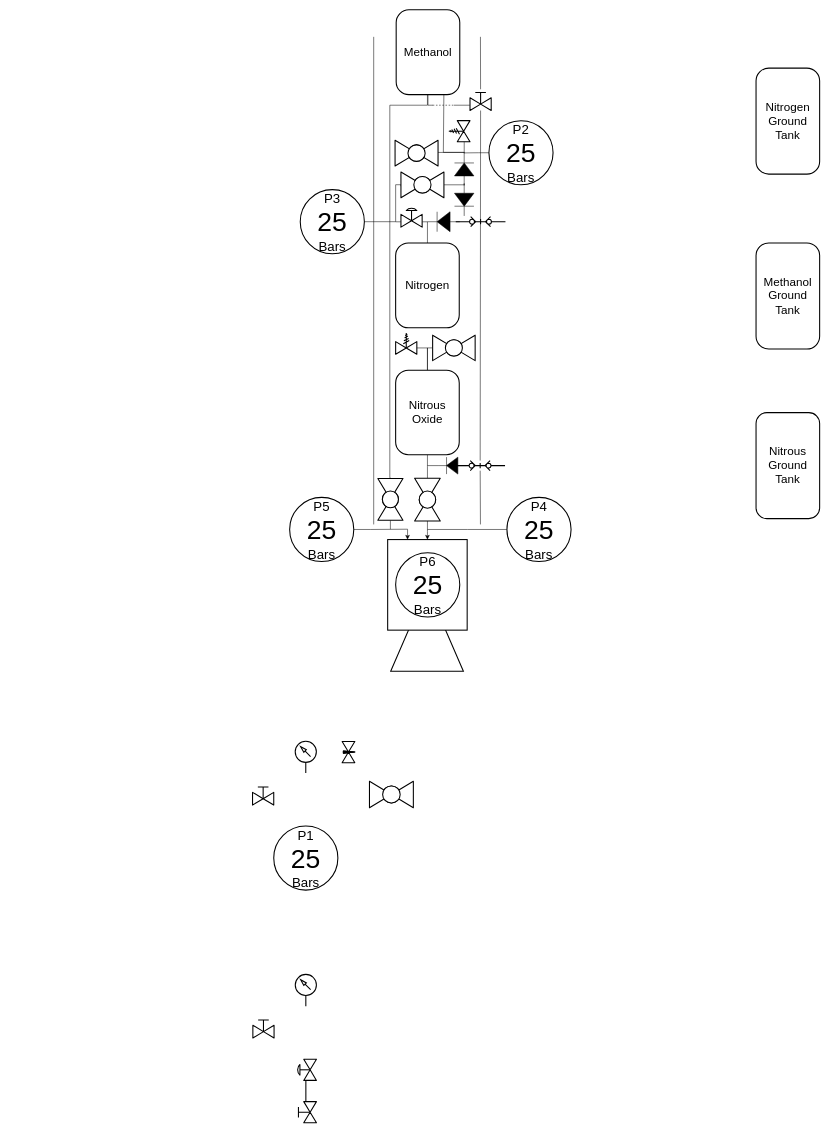
The draw.io diagram page "Page-3" (3 of 3) of CombinedPID.drawio in icl-rocketry/Propulsion-PIDs, before the edit. Source tidied: cells renumbered, new cells numbered last; positions are measured from the earlier drawing's top-left corner, leaving out a move shared by most shapes. Both pictures are drawn from the tidied source at 53%, with x=0, y=0 at pixel (252, 10).
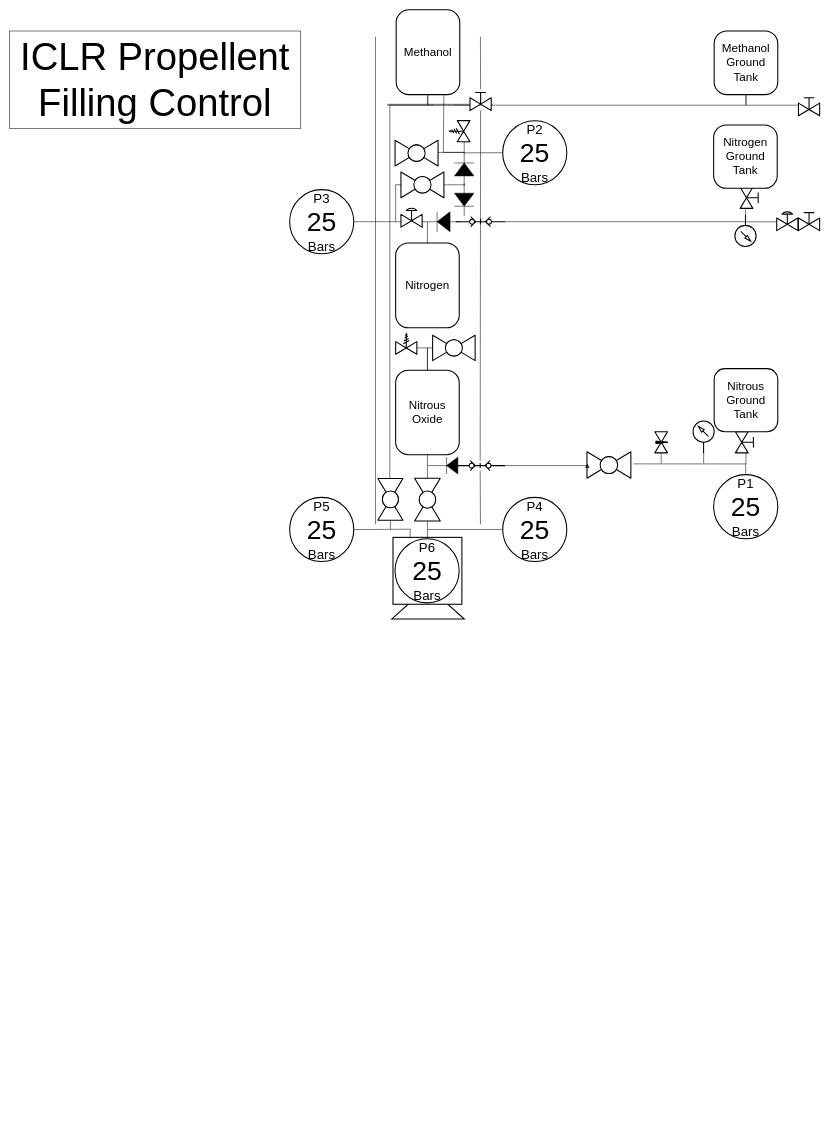
The same diagram, later.

The change refers to these unchanged cells:
```xml
<mxCell id="10" style="verticalLabelPosition=bottom;html=1;verticalAlign=top;align=center;outlineConnect=0;shape=mxgraph.fluid_power.x11740;points=[[0.5,0,0],[0.5,1,0]];rotation=-90;strokeWidth=2;" parent="1" vertex="1">
  <mxGeometry x="420.8" y="352.9" width="19" height="93.8" as="geometry" />
</mxCell>
<mxCell id="16" style="verticalLabelPosition=bottom;align=center;html=1;verticalAlign=top;dashed=0;shape=mxgraph.pid2valves.valve;valveType=ball;rotation=90;strokeWidth=2;" parent="1" vertex="1">
  <mxGeometry x="289.7" y="900" width="80.6" height="48.4" as="geometry" />
</mxCell>
<mxCell id="48" value="P5&lt;br style=&quot;font-size: 25px;&quot;&gt;&lt;font style=&quot;font-size: 50px;&quot;&gt;25&lt;/font&gt;&lt;br style=&quot;font-size: 25px;&quot;&gt;Bars" style="ellipse;whiteSpace=wrap;html=1;rotation=0;strokeWidth=2;fontSize=25;" parent="1" vertex="1">
  <mxGeometry x="70" y="920" width="121" height="121" as="geometry" />
</mxCell>
<mxCell id="53" style="verticalLabelPosition=bottom;html=1;verticalAlign=top;align=center;outlineConnect=0;shape=mxgraph.fluid_power.x11740;points=[[0.5,0,0],[0.5,1,0]];rotation=-90;strokeWidth=2;" parent="1" vertex="1">
  <mxGeometry x="420" y="813.1" width="19" height="93.8" as="geometry" />
</mxCell>
<mxCell id="60" style="verticalLabelPosition=bottom;align=center;html=1;verticalAlign=top;dashed=0;shape=mxgraph.pid2valves.valve;valveType=gate;actuator=man;rotation=0;strokeWidth=2;" parent="1" vertex="1">
  <mxGeometry x="410.3" y="150" width="40" height="40" as="geometry" />
</mxCell>
```

Diff of the diagram source:
```diff
@@
     <mxCell id="2" style="endArrow=none;html=1;rounded=0;" parent="1" edge="1">
       <mxGeometry relative="1" as="geometry">
-        <mxPoint x="228.6" y="971" as="sourcePoint" />
-        <mxPoint x="228.6" y="51" as="targetPoint" />
+        <mxPoint x="232" y="971" as="sourcePoint" />
+        <mxPoint x="232" y="51" as="targetPoint" />
       </mxGeometry>
     </mxCell>
@@
-    <mxCell id="4" style="verticalLabelPosition=bottom;html=1;verticalAlign=top;align=center;shape=mxgraph.fluid_power.x11820;rotation=0;strokeWidth=2;" parent="1" vertex="1">
-      <mxGeometry x="80.6" y="1820" width="39.9" height="60" as="geometry" />
-    </mxCell>
+    <mxCell id="64" style="edgeStyle=orthogonalEdgeStyle;rounded=0;jettySize=auto;html=1;entryX=-0.06;entryY=0.545;entryDx=0;entryDy=0;entryPerimeter=0;endArrow=none;endFill=0;" parent="1" edge="1" source="5" target="13">
+      <mxGeometry relative="1" as="geometry">
+        <Array as="points">
+          <mxPoint x="931" y="856" />
+          <mxPoint x="719" y="856" />
+        </Array>
+      </mxGeometry>
+    </mxCell>
-    <mxCell id="5" style="verticalLabelPosition=bottom;align=center;html=1;verticalAlign=top;dashed=0;shape=mxgraph.pid2valves.valve;valveType=gate;actuator=man;rotation=0;strokeWidth=2;" parent="1" vertex="1">
-      <mxGeometry y="1460.5" width="40" height="40" as="geometry" />
+    <mxCell id="5" style="verticalLabelPosition=bottom;align=center;html=1;verticalAlign=top;dashed=0;shape=mxgraph.pid2valves.valve;valveType=gate;actuator=man;rotation=90;strokeWidth=2;" parent="1" vertex="1">
+      <mxGeometry x="911" y="796" width="40" height="40" as="geometry" />
     </mxCell>
+    <mxCell id="65" style="edgeStyle=orthogonalEdgeStyle;rounded=0;jettySize=auto;html=1;entryX=0.5;entryY=1;entryDx=0;entryDy=0;entryPerimeter=0;endArrow=none;endFill=0;exitX=1.011;exitY=0.744;exitDx=0;exitDy=0;exitPerimeter=0;" parent="1" edge="1" source="6" target="10">
+      <mxGeometry relative="1" as="geometry">
+        <Array as="points">
+          <mxPoint x="930" y="400" />
+        </Array>
+      </mxGeometry>
+    </mxCell>
-    <mxCell id="6" style="verticalLabelPosition=bottom;align=center;html=1;verticalAlign=top;dashed=0;shape=mxgraph.pid2valves.valve;valveType=gate;actuator=man;rotation=0;strokeWidth=2;" parent="1" vertex="1">
-      <mxGeometry x="0.6" y="1900" width="40" height="40" as="geometry" />
+    <mxCell id="6" style="verticalLabelPosition=bottom;align=center;html=1;verticalAlign=top;dashed=0;shape=mxgraph.pid2valves.valve;valveType=gate;actuator=man;rotation=90;strokeWidth=2;" parent="1" vertex="1">
+      <mxGeometry x="920" y="334.7" width="40" height="40" as="geometry" />
     </mxCell>
-    <mxCell id="7" style="verticalLabelPosition=bottom;align=center;html=1;verticalAlign=top;dashed=0;shape=mxgraph.pid2valves.valve;valveType=gate;actuator=man;rotation=-90;strokeWidth=2;" parent="1" vertex="1">
-      <mxGeometry x="80.6" y="2060" width="40" height="40" as="geometry" />
+    <mxCell id="7" style="verticalLabelPosition=bottom;align=center;html=1;verticalAlign=top;dashed=0;shape=mxgraph.pid2valves.valve;valveType=gate;actuator=man;rotation=0;strokeWidth=2;" parent="1" vertex="1">
+      <mxGeometry x="1030" y="376.7" width="40" height="40" as="geometry" />
     </mxCell>
-    <mxCell id="8" style="edgeStyle=orthogonalEdgeStyle;rounded=0;jettySize=auto;html=1;entryX=1;entryY=0.5;entryDx=0;entryDy=0;entryPerimeter=0;strokeWidth=2;fontColor=#FAFAFA;endArrow=none;endFill=0;" parent="1" edge="1" source="9" target="7">
-      <mxGeometry relative="1" as="geometry" />
-    </mxCell>
+    <mxCell id="66" style="edgeStyle=orthogonalEdgeStyle;rounded=0;jettySize=auto;html=1;endArrow=none;endFill=0;" parent="1" edge="1" source="9">
+      <mxGeometry relative="1" as="geometry">
+        <mxPoint x="930" y="396.7" as="targetPoint" />
+        <Array as="points">
+          <mxPoint x="930" y="400" />
+        </Array>
+      </mxGeometry>
+    </mxCell>
-    <mxCell id="9" style="verticalLabelPosition=bottom;align=center;html=1;verticalAlign=top;dashed=0;shape=mxgraph.pid2valves.valve;valveType=gate;actuator=diaph;rotation=-90;strokeWidth=2;" parent="1" vertex="1">
-      <mxGeometry x="80.6" y="1980" width="40" height="40" as="geometry" />
+    <mxCell id="9" style="verticalLabelPosition=bottom;align=center;html=1;verticalAlign=top;dashed=0;shape=mxgraph.pid2valves.valve;valveType=gate;actuator=diaph;rotation=0;strokeWidth=2;" parent="1" vertex="1">
+      <mxGeometry x="989" y="376.7" width="40" height="40" as="geometry" />
     </mxCell>
@@
+    <mxCell id="67" style="edgeStyle=orthogonalEdgeStyle;rounded=0;jettySize=auto;html=1;endArrow=none;endFill=0;" parent="1" edge="1" source="11">
+      <mxGeometry relative="1" as="geometry">
+        <mxPoint x="771" y="856" as="targetPoint" />
+      </mxGeometry>
+    </mxCell>
     <mxCell id="11" style="verticalLabelPosition=bottom;align=center;html=1;verticalAlign=top;dashed=0;shape=mxgraph.pid2valves.valve;valveType=needle;rotation=-90;strokeWidth=2;" parent="1" vertex="1">
-      <mxGeometry x="161" y="1388.5" width="40" height="24" as="geometry" />
+      <mxGeometry x="751" y="804" width="40" height="24" as="geometry" />
     </mxCell>
+    <mxCell id="68" style="edgeStyle=orthogonalEdgeStyle;rounded=0;jettySize=auto;html=1;endArrow=none;endFill=0;" parent="1" edge="1" source="12">
+      <mxGeometry relative="1" as="geometry">
+        <mxPoint x="930.5" y="856" as="targetPoint" />
+      </mxGeometry>
+    </mxCell>
     <mxCell id="12" value="P1&lt;br style=&quot;font-size: 25px;&quot;&gt;&lt;font style=&quot;font-size: 50px;&quot;&gt;25&lt;/font&gt;&lt;br style=&quot;font-size: 25px;&quot;&gt;Bars" style="ellipse;whiteSpace=wrap;html=1;rotation=0;strokeWidth=2;fontSize=25;" parent="1" vertex="1">
-      <mxGeometry x="40" y="1540" width="121" height="121" as="geometry" />
+      <mxGeometry x="870" y="877" width="121" height="121" as="geometry" />
     </mxCell>
     <mxCell id="13" style="verticalLabelPosition=bottom;align=center;html=1;verticalAlign=top;dashed=0;shape=mxgraph.pid2valves.valve;valveType=ball;rotation=-180;strokeWidth=2;" parent="1" vertex="1">
-      <mxGeometry x="220.6" y="1455.5" width="82.8" height="50" as="geometry" />
+      <mxGeometry x="631" y="834" width="82.8" height="50" as="geometry" />
     </mxCell>
@@
-    <mxCell id="15" style="edgeStyle=orthogonalEdgeStyle;rounded=0;jettySize=auto;html=1;entryX=0;entryY=0.5;entryDx=0;entryDy=0;" parent="1" edge="1" source="16" target="39">
+    <mxCell id="15" style="edgeStyle=orthogonalEdgeStyle;rounded=0;jettySize=auto;html=1;entryX=0;entryY=0.5;entryDx=0;entryDy=0;endArrow=none;endFill=0;" parent="1" edge="1" source="16" target="39">
       <mxGeometry relative="1" as="geometry" />
     </mxCell>
@@
     <mxCell id="25" style="verticalLabelPosition=bottom;align=center;dashed=0;html=1;verticalAlign=top;shape=mxgraph.pid.piping.concentric_reducer;rotation=-90;strokeWidth=2;" parent="1" vertex="1">
-      <mxGeometry x="289.7" y="1140" width="79.1" height="137.2" as="geometry" />
+      <mxGeometry x="315.7" y="1065.7" width="30.6" height="137.2" as="geometry" />
     </mxCell>
@@
+    <mxCell id="69" style="edgeStyle=orthogonalEdgeStyle;rounded=0;jettySize=auto;html=1;entryX=1.076;entryY=0.707;entryDx=0;entryDy=0;entryPerimeter=0;endArrow=none;endFill=0;" parent="1" edge="1" source="30" target="60">
+      <mxGeometry relative="1" as="geometry">
+        <Array as="points">
+          <mxPoint x="931" y="180" />
+          <mxPoint x="255" y="180" />
+        </Array>
+      </mxGeometry>
+    </mxCell>
     <mxCell id="30" value="Methanol Ground Tank" style="rounded=1;whiteSpace=wrap;html=1;arcSize=20;fontSize=22;strokeWidth=2;" parent="1" vertex="1">
-      <mxGeometry x="950" y="440" width="120" height="200" as="geometry" />
+      <mxGeometry x="871" y="40" width="120" height="120" as="geometry" />
     </mxCell>
     <mxCell id="31" value="Nitrogen Ground Tank" style="rounded=1;whiteSpace=wrap;html=1;arcSize=20;fontSize=22;strokeWidth=2;" parent="1" vertex="1">
-      <mxGeometry x="950" y="110" width="120" height="200" as="geometry" />
+      <mxGeometry x="870" y="217.2" width="120" height="119.5" as="geometry" />
     </mxCell>
     <mxCell id="32" value="Nitrous Ground Tank" style="rounded=1;whiteSpace=wrap;html=1;arcSize=17;fontStyle=0;fontSize=22;strokeWidth=2;" parent="1" vertex="1">
-      <mxGeometry x="950" y="760" width="120" height="200" as="geometry" />
+      <mxGeometry x="871" y="677" width="120" height="119" as="geometry" />
     </mxCell>
@@
     <mxCell id="39" style="rounded=0;whiteSpace=wrap;html=1;rotation=90;strokeWidth=2;" parent="1" vertex="1">
-      <mxGeometry x="244.5" y="1010" width="170.9" height="150" as="geometry" />
+      <mxGeometry x="266.9" y="993.5" width="126.2" height="130" as="geometry" />
     </mxCell>
+    <mxCell id="70" style="edgeStyle=orthogonalEdgeStyle;rounded=0;jettySize=auto;html=1;endArrow=none;endFill=0;" parent="1" edge="1" source="40">
+      <mxGeometry relative="1" as="geometry">
+        <mxPoint x="851" y="856" as="targetPoint" />
+      </mxGeometry>
+    </mxCell>
     <mxCell id="40" style="verticalLabelPosition=bottom;html=1;verticalAlign=top;align=center;outlineConnect=0;shape=mxgraph.fluid_power.x11820;points=[[0.5,1,0]];rotation=0;strokeWidth=2;" parent="1" vertex="1">
-      <mxGeometry x="80.5" y="1380" width="39.9" height="60" as="geometry" />
+      <mxGeometry x="831.1" y="776" width="39.9" height="60" as="geometry" />
     </mxCell>
@@
     <mxCell id="42" value="P3&lt;br style=&quot;font-size: 25px;&quot;&gt;&lt;font style=&quot;font-size: 50px;&quot;&gt;25&lt;/font&gt;&lt;br style=&quot;font-size: 25px;&quot;&gt;Bars" style="ellipse;whiteSpace=wrap;html=1;rotation=0;strokeWidth=2;fontSize=25;" parent="1" vertex="1">
-      <mxGeometry x="90" y="339.3" width="121" height="121" as="geometry" />
+      <mxGeometry x="70" y="339.3" width="121" height="121" as="geometry" />
     </mxCell>
@@
     <mxCell id="44" value="P2&lt;br style=&quot;font-size: 25px;&quot;&gt;&lt;font style=&quot;font-size: 50px;&quot;&gt;25&lt;/font&gt;&lt;br style=&quot;font-size: 25px;&quot;&gt;Bars" style="ellipse;whiteSpace=wrap;html=1;rotation=0;strokeWidth=2;fontSize=25;" parent="1" vertex="1">
-      <mxGeometry x="446" y="209.2" width="121" height="121" as="geometry" />
+      <mxGeometry x="472" y="209.2" width="121" height="121" as="geometry" />
     </mxCell>
@@
     <mxCell id="46" value="P4&lt;br style=&quot;font-size: 25px;&quot;&gt;&lt;font style=&quot;font-size: 50px;&quot;&gt;25&lt;/font&gt;&lt;br style=&quot;font-size: 25px;&quot;&gt;Bars" style="ellipse;whiteSpace=wrap;html=1;rotation=0;strokeWidth=2;fontSize=25;" parent="1" vertex="1">
-      <mxGeometry x="480" y="920" width="121" height="121" as="geometry" />
+      <mxGeometry x="472" y="920" width="121" height="121" as="geometry" />
     </mxCell>
-    <mxCell id="47" style="edgeStyle=orthogonalEdgeStyle;rounded=0;jettySize=auto;html=1;entryX=0;entryY=0.75;entryDx=0;entryDy=0;" parent="1" edge="1" source="48" target="39">
+    <mxCell id="47" style="edgeStyle=orthogonalEdgeStyle;rounded=0;jettySize=auto;html=1;entryX=0;entryY=0.75;entryDx=0;entryDy=0;endArrow=none;endFill=0;" parent="1" edge="1" source="48" target="39">
       <mxGeometry relative="1" as="geometry">
         <Array as="points">
           <mxPoint x="223" y="981" />
           <mxPoint x="293" y="980" />
         </Array>
       </mxGeometry>
     </mxCell>
@@
     <mxCell id="49" value="P6&lt;br style=&quot;font-size: 25px;&quot;&gt;&lt;font style=&quot;font-size: 50px;&quot;&gt;25&lt;/font&gt;&lt;br style=&quot;font-size: 25px;&quot;&gt;Bars" style="ellipse;whiteSpace=wrap;html=1;rotation=0;strokeWidth=2;fontSize=25;" parent="1" vertex="1">
-      <mxGeometry x="270" y="1024.5" width="121" height="121" as="geometry" />
+      <mxGeometry x="268.8" y="998" width="121" height="121" as="geometry" />
     </mxCell>
@@
+    <mxCell id="71" style="edgeStyle=orthogonalEdgeStyle;rounded=0;jettySize=auto;html=1;exitX=0.5;exitY=1;exitDx=0;exitDy=0;exitPerimeter=0;entryX=0.992;entryY=0.553;entryDx=0;entryDy=0;entryPerimeter=0;" parent="1" edge="1" source="53" target="13">
+      <mxGeometry relative="1" as="geometry">
+        <Array as="points">
+          <mxPoint x="632" y="860" />
+        </Array>
+      </mxGeometry>
+    </mxCell>
@@
+    <mxCell id="72" style="verticalLabelPosition=bottom;html=1;verticalAlign=top;align=center;shape=mxgraph.fluid_power.x11820;rotation=-180;strokeWidth=2;" parent="1" vertex="1">
+      <mxGeometry x="910.1" y="386.7" width="39.9" height="60" as="geometry" />
+    </mxCell>
+    <mxCell id="73" style="edgeStyle=orthogonalEdgeStyle;rounded=0;jettySize=auto;html=1;entryX=0.5;entryY=1;entryDx=0;entryDy=0;endArrow=none;endFill=0;" parent="1" edge="1" source="74" target="30">
+      <mxGeometry relative="1" as="geometry">
+        <Array as="points">
+          <mxPoint x="931" y="180" />
+        </Array>
+      </mxGeometry>
+    </mxCell>
+    <mxCell id="74" style="verticalLabelPosition=bottom;align=center;html=1;verticalAlign=top;dashed=0;shape=mxgraph.pid2valves.valve;valveType=gate;actuator=man;rotation=0;strokeWidth=2;" parent="1" vertex="1">
+      <mxGeometry x="1030" y="160" width="40" height="40" as="geometry" />
+    </mxCell>
+    <mxCell id="75" value="&lt;font style=&quot;font-size: 72px;&quot;&gt;ICLR Propellent Filling Control&lt;br&gt;&lt;/font&gt;" style="rounded=0;whiteSpace=wrap;html=1;" parent="1" vertex="1">
+      <mxGeometry x="-459" y="40" width="550" height="184" as="geometry" />
+    </mxCell>
```
